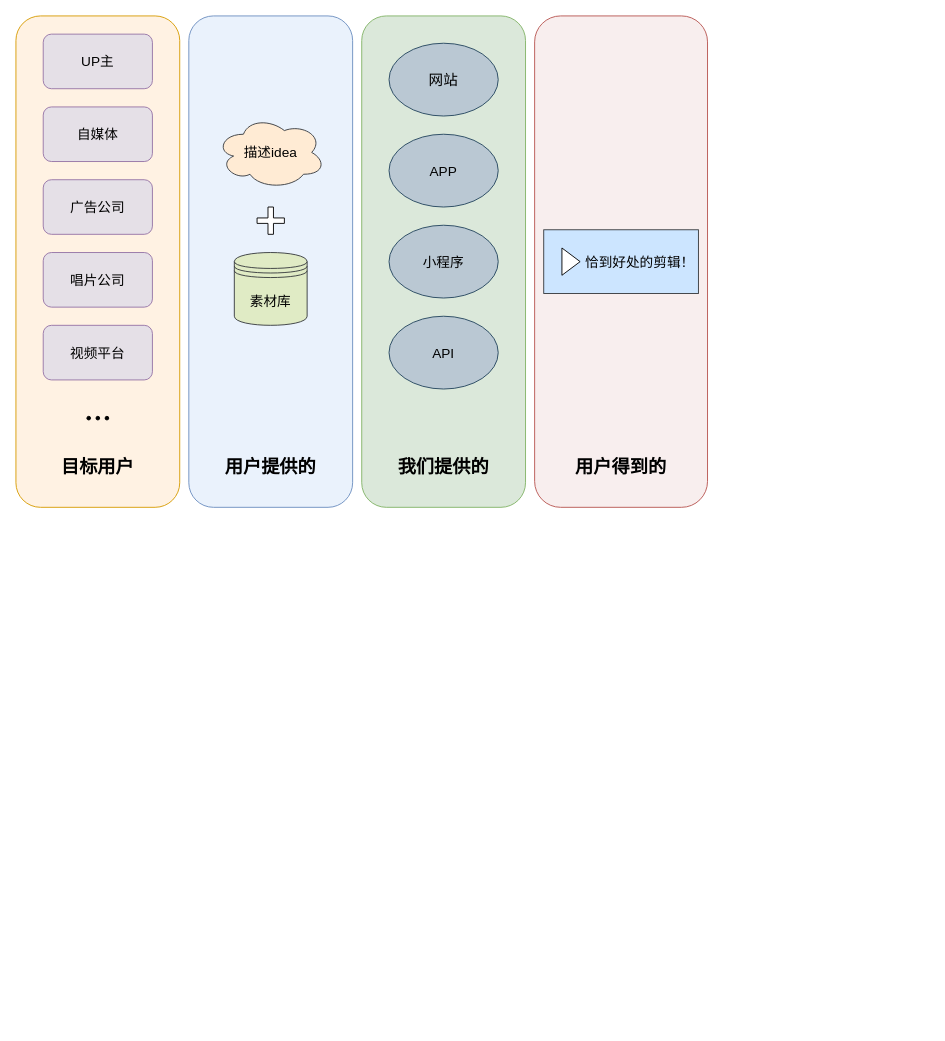
lzh222333/mydraw keeps this draw.io diagram as 电子商务.drawio. Above is the earlier version. Source tidied: cells renumbered, new cells numbered last; positions are measured from the earlier drawing's top-left corner, leaving out a move shared by most shapes. Both pictures are drawn from the tidied source at 91%, with x=0, y=0 at pixel (15, 15).
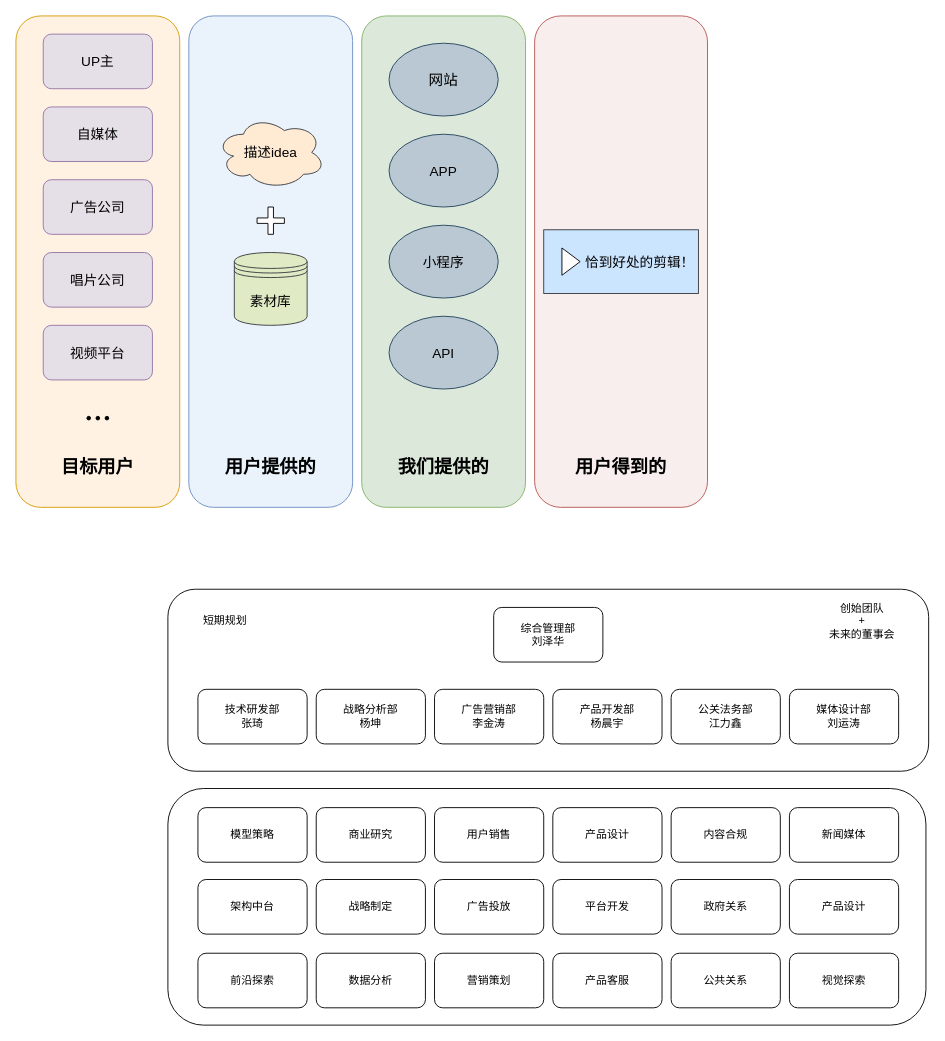
The same page after the edit.

The edit, as a diff of the source:
```diff
@@
+    <mxCell id="28" style="rounded=1;whiteSpace=wrap;html=1;" parent="1" vertex="1">
+      <mxGeometry x="167" y="630" width="836" height="200" as="geometry" />
+    </mxCell>
@@
+    <mxCell id="29" value="综合管理部&lt;br&gt;刘泽华" style="rounded=1;whiteSpace=wrap;html=1;" parent="1" vertex="1">
+      <mxGeometry x="525" y="650" width="120" height="60" as="geometry" />
+    </mxCell>
+    <mxCell id="30" value="技术研发部&lt;br&gt;张琦" style="rounded=1;whiteSpace=wrap;html=1;" parent="1" vertex="1">
+      <mxGeometry x="200" y="740" width="120" height="60" as="geometry" />
+    </mxCell>
+    <mxCell id="31" value="战略分析部&lt;br&gt;杨坤" style="rounded=1;whiteSpace=wrap;html=1;" parent="1" vertex="1">
+      <mxGeometry x="330" y="740" width="120" height="60" as="geometry" />
+    </mxCell>
+    <mxCell id="32" value="广告营销部&lt;br&gt;李金涛" style="rounded=1;whiteSpace=wrap;html=1;" parent="1" vertex="1">
+      <mxGeometry x="460" y="740" width="120" height="60" as="geometry" />
+    </mxCell>
+    <mxCell id="33" value="产品开发部&lt;br&gt;杨晨宇" style="rounded=1;whiteSpace=wrap;html=1;" parent="1" vertex="1">
+      <mxGeometry x="590" y="740" width="120" height="60" as="geometry" />
+    </mxCell>
+    <mxCell id="34" value="公关法务部&lt;br&gt;江力鑫" style="rounded=1;whiteSpace=wrap;html=1;" parent="1" vertex="1">
+      <mxGeometry x="720" y="740" width="120" height="60" as="geometry" />
+    </mxCell>
+    <mxCell id="35" value="媒体设计部&lt;br&gt;刘运涛" style="rounded=1;whiteSpace=wrap;html=1;" parent="1" vertex="1">
+      <mxGeometry x="850" y="740" width="120" height="60" as="geometry" />
+    </mxCell>
+    <mxCell id="36" value="短期规划" style="text;html=1;strokeColor=none;fillColor=none;align=center;verticalAlign=middle;whiteSpace=wrap;rounded=0;" parent="1" vertex="1">
+      <mxGeometry x="200" y="650" width="60" height="30" as="geometry" />
+    </mxCell>
+    <mxCell id="37" value="创始团队&lt;br&gt;+&lt;br&gt;未来的董事会" style="text;html=1;strokeColor=none;fillColor=none;align=center;verticalAlign=middle;whiteSpace=wrap;rounded=0;" parent="1" vertex="1">
+      <mxGeometry x="890" y="650" width="80" height="30" as="geometry" />
+    </mxCell>
+    <mxCell id="38" style="rounded=1;whiteSpace=wrap;html=1;" parent="1" vertex="1">
+      <mxGeometry x="167" y="849" width="833" height="260" as="geometry" />
+    </mxCell>
+    <mxCell id="39" value="架构中台" style="rounded=1;whiteSpace=wrap;html=1;" parent="1" vertex="1">
+      <mxGeometry x="200" y="949" width="120" height="60" as="geometry" />
+    </mxCell>
+    <mxCell id="40" value="模型策略" style="rounded=1;whiteSpace=wrap;html=1;" parent="1" vertex="1">
+      <mxGeometry x="200" y="870" width="120" height="60" as="geometry" />
+    </mxCell>
+    <mxCell id="41" value="前沿探索" style="rounded=1;whiteSpace=wrap;html=1;" parent="1" vertex="1">
+      <mxGeometry x="200" y="1030" width="120" height="60" as="geometry" />
+    </mxCell>
+    <mxCell id="42" value="商业研究" style="rounded=1;whiteSpace=wrap;html=1;" parent="1" vertex="1">
+      <mxGeometry x="330" y="870" width="120" height="60" as="geometry" />
+    </mxCell>
+    <mxCell id="43" value="战略制定" style="rounded=1;whiteSpace=wrap;html=1;" parent="1" vertex="1">
+      <mxGeometry x="330" y="949" width="120" height="60" as="geometry" />
+    </mxCell>
+    <mxCell id="44" value="数据分析" style="rounded=1;whiteSpace=wrap;html=1;" parent="1" vertex="1">
+      <mxGeometry x="330" y="1030" width="120" height="60" as="geometry" />
+    </mxCell>
+    <mxCell id="45" value="用户销售" style="rounded=1;whiteSpace=wrap;html=1;" parent="1" vertex="1">
+      <mxGeometry x="460" y="870" width="120" height="60" as="geometry" />
+    </mxCell>
+    <mxCell id="46" value="广告投放" style="rounded=1;whiteSpace=wrap;html=1;" parent="1" vertex="1">
+      <mxGeometry x="460" y="949" width="120" height="60" as="geometry" />
+    </mxCell>
+    <mxCell id="47" value="营销策划" style="rounded=1;whiteSpace=wrap;html=1;" parent="1" vertex="1">
+      <mxGeometry x="460" y="1030" width="120" height="60" as="geometry" />
+    </mxCell>
+    <mxCell id="48" value="产品设计" style="rounded=1;whiteSpace=wrap;html=1;" parent="1" vertex="1">
+      <mxGeometry x="590" y="870" width="120" height="60" as="geometry" />
+    </mxCell>
+    <mxCell id="49" value="平台开发" style="rounded=1;whiteSpace=wrap;html=1;" parent="1" vertex="1">
+      <mxGeometry x="590" y="949" width="120" height="60" as="geometry" />
+    </mxCell>
+    <mxCell id="50" value="产品客服" style="rounded=1;whiteSpace=wrap;html=1;" parent="1" vertex="1">
+      <mxGeometry x="590" y="1030" width="120" height="60" as="geometry" />
+    </mxCell>
+    <mxCell id="51" value="内容合规" style="rounded=1;whiteSpace=wrap;html=1;" parent="1" vertex="1">
+      <mxGeometry x="720" y="870" width="120" height="60" as="geometry" />
+    </mxCell>
+    <mxCell id="52" value="政府关系" style="rounded=1;whiteSpace=wrap;html=1;" parent="1" vertex="1">
+      <mxGeometry x="720" y="949" width="120" height="60" as="geometry" />
+    </mxCell>
+    <mxCell id="53" value="公共关系" style="rounded=1;whiteSpace=wrap;html=1;" parent="1" vertex="1">
+      <mxGeometry x="720" y="1030" width="120" height="60" as="geometry" />
+    </mxCell>
+    <mxCell id="54" value="新闻媒体" style="rounded=1;whiteSpace=wrap;html=1;" parent="1" vertex="1">
+      <mxGeometry x="850" y="870" width="120" height="60" as="geometry" />
+    </mxCell>
+    <mxCell id="55" value="产品设计" style="rounded=1;whiteSpace=wrap;html=1;" parent="1" vertex="1">
+      <mxGeometry x="850" y="949" width="120" height="60" as="geometry" />
+    </mxCell>
+    <mxCell id="56" value="视觉探索" style="rounded=1;whiteSpace=wrap;html=1;" parent="1" vertex="1">
+      <mxGeometry x="850" y="1030" width="120" height="60" as="geometry" />
+    </mxCell>
```
